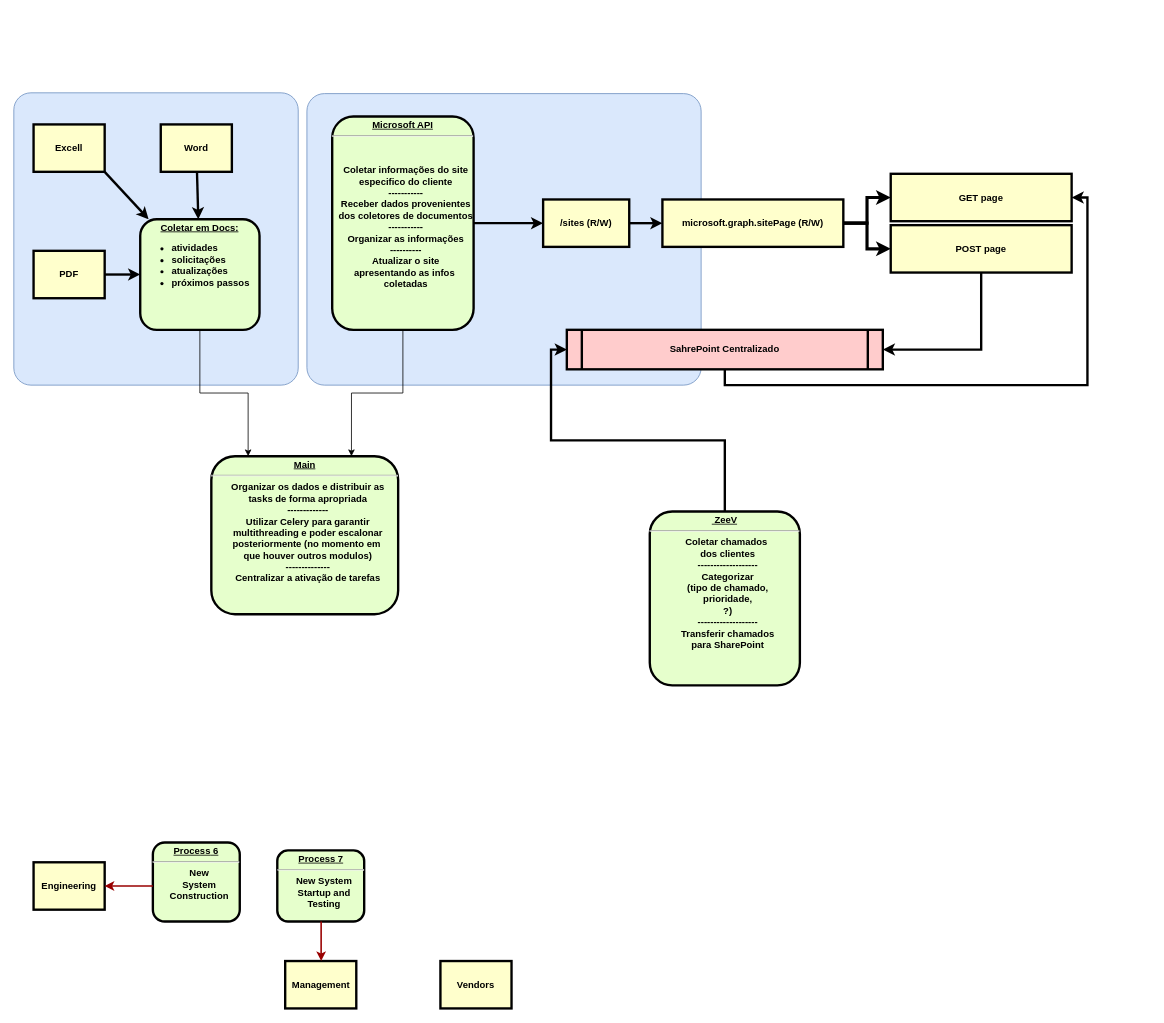
This is fluxograma.drawio from efraim-lima/doc-analysis, a draw.io file, before an edit. Source tidied: cells renumbered, new cells numbered last; positions are measured from the earlier drawing's top-left corner, leaving out a move shared by most shapes. Both pictures are drawn from the tidied source at 79%, with x=0, y=0 at pixel (13, 92).
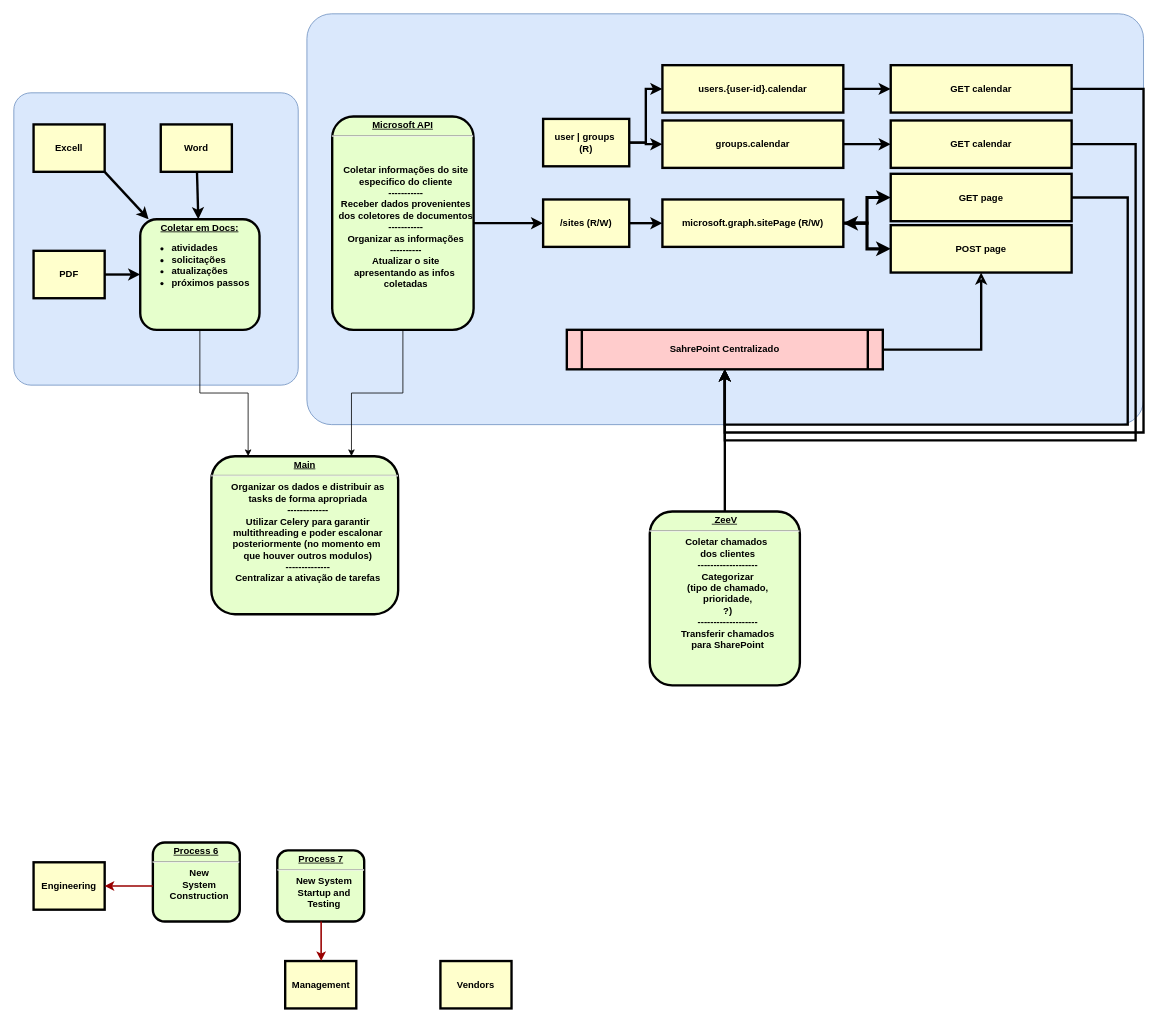
After the change.

The change refers to these unchanged cells:
```xml
<mxCell id="8" value="SahrePoint Centralizado" style="shape=process;whiteSpace=wrap;align=center;verticalAlign=middle;size=0.0475;fontStyle=1;strokeWidth=3;fillColor=#FFCCCC;" parent="1" vertex="1">
  <mxGeometry x="700" y="300" width="400" height="50" as="geometry" />
</mxCell>
<mxCell id="14" value="&lt;p style=&quot;margin: 0px; margin-top: 4px; text-align: center; text-decoration: underline;&quot;&gt;&lt;strong&gt;&amp;nbsp;ZeeV&lt;/strong&gt;&lt;/p&gt;&lt;hr&gt;&lt;p style=&quot;margin: 0px; margin-left: 8px;&quot;&gt;Coletar chamados&amp;nbsp;&lt;br&gt;dos clientes&lt;br&gt;-------------------&lt;br&gt;Categorizar&lt;br&gt;(tipo de chamado,&lt;br&gt;prioridade,&lt;br&gt;?)&lt;br&gt;-------------------&lt;br&gt;Transferir chamados &lt;br&gt;para SharePoint&lt;/p&gt;" style="verticalAlign=middle;align=center;overflow=fill;fontSize=12;fontFamily=Helvetica;html=1;rounded=1;fontStyle=1;strokeWidth=3;fillColor=#E6FFCC;" parent="1" vertex="1">
  <mxGeometry x="805" y="530" width="190" height="220" as="geometry" />
</mxCell>
<mxCell id="30" value="microsoft.graph.sitePage (R/W)" style="whiteSpace=wrap;align=center;verticalAlign=middle;fontStyle=1;strokeWidth=3;fillColor=#FFFFCC;" parent="1" vertex="1">
  <mxGeometry x="821" y="135" width="229" height="60" as="geometry" />
</mxCell>
<mxCell id="31" value="GET page" style="whiteSpace=wrap;align=center;verticalAlign=middle;fontStyle=1;strokeWidth=3;fillColor=#FFFFCC;" parent="1" vertex="1">
  <mxGeometry x="1110" y="102.5" width="229" height="60" as="geometry" />
</mxCell>
<mxCell id="33" value="POST page" style="whiteSpace=wrap;align=center;verticalAlign=middle;fontStyle=1;strokeWidth=3;fillColor=#FFFFCC;" parent="1" vertex="1">
  <mxGeometry x="1110" y="167.5" width="229" height="60" as="geometry" />
</mxCell>
```

The edit, as a diff of the source:
```diff
@@
     <mxCell id="2" style="rounded=1;whiteSpace=wrap;html=1;arcSize=6;fillColor=#dae8fc;strokeColor=#6c8ebf;" parent="1" vertex="1">
-      <mxGeometry x="371" y="1" width="499" height="369" as="geometry" />
+      <mxGeometry x="371" y="-100" width="1059" height="520" as="geometry" />
     </mxCell>
@@
-    <mxCell id="7" style="edgeStyle=orthogonalEdgeStyle;rounded=0;jettySize=auto;html=1;exitX=0.5;exitY=1;exitDx=0;exitDy=0;entryX=1;entryY=0.5;entryDx=0;entryDy=0;strokeWidth=3;" parent="1" edge="1" source="8" target="31">
-      <mxGeometry relative="1" as="geometry" />
+    <mxCell id="7" style="edgeStyle=orthogonalEdgeStyle;rounded=0;jettySize=auto;html=1;exitX=0.5;exitY=1;exitDx=0;exitDy=0;entryX=1;entryY=0.5;entryDx=0;entryDy=0;strokeWidth=3;endArrow=none;startFill=1;startArrow=classic;" parent="1" edge="1" source="8" target="31">
+      <mxGeometry relative="1" as="geometry">
+        <Array as="points">
+          <mxPoint x="900" y="420" />
+          <mxPoint x="1410" y="420" />
+          <mxPoint x="1410" y="133" />
+        </Array>
+      </mxGeometry>
     </mxCell>
@@
-    <mxCell id="13" style="edgeStyle=orthogonalEdgeStyle;rounded=0;jettySize=auto;html=1;strokeWidth=3;entryX=0;entryY=0.5;entryDx=0;entryDy=0;" parent="1" edge="1" source="14" target="8">
+    <mxCell id="13" style="edgeStyle=orthogonalEdgeStyle;rounded=0;jettySize=auto;html=1;entryX=0.5;entryY=1;entryDx=0;entryDy=0;strokeWidth=3;" parent="1" edge="1" source="14" target="8">
       <mxGeometry relative="1" as="geometry" />
     </mxCell>
@@
-    <mxCell id="28" style="edgeStyle=orthogonalEdgeStyle;rounded=0;jettySize=auto;html=1;strokeWidth=4;" parent="1" edge="1" source="30" target="33">
+    <mxCell id="28" style="edgeStyle=orthogonalEdgeStyle;rounded=0;jettySize=auto;html=1;strokeWidth=4;startArrow=classic;startFill=1;" parent="1" edge="1" source="30" target="33">
       <mxGeometry relative="1" as="geometry" />
     </mxCell>
@@
-    <mxCell id="32" style="edgeStyle=orthogonalEdgeStyle;rounded=0;jettySize=auto;html=1;exitX=0.5;exitY=1;exitDx=0;exitDy=0;entryX=1;entryY=0.5;entryDx=0;entryDy=0;strokeWidth=3;" parent="1" edge="1" source="33" target="8">
+    <mxCell id="32" style="edgeStyle=orthogonalEdgeStyle;rounded=0;jettySize=auto;html=1;exitX=0.5;exitY=1;exitDx=0;exitDy=0;entryX=1;entryY=0.5;entryDx=0;entryDy=0;strokeWidth=3;startArrow=classic;startFill=0;endArrow=none;" parent="1" edge="1" source="33" target="8">
       <mxGeometry relative="1" as="geometry" />
     </mxCell>
@@
+    <mxCell id="35" style="edgeStyle=orthogonalEdgeStyle;rounded=0;jettySize=auto;html=1;entryX=0;entryY=0.5;entryDx=0;entryDy=0;strokeWidth=3;" parent="1" edge="1" source="37" target="39">
+      <mxGeometry relative="1" as="geometry" />
+    </mxCell>
+    <mxCell id="36" style="edgeStyle=orthogonalEdgeStyle;rounded=0;jettySize=auto;html=1;strokeWidth=3;" parent="1" edge="1" source="37" target="43">
+      <mxGeometry relative="1" as="geometry" />
+    </mxCell>
+    <mxCell id="37" value="user | groups &#10;(R)" style="whiteSpace=wrap;align=center;verticalAlign=middle;fontStyle=1;strokeWidth=3;fillColor=#FFFFCC;" parent="1" vertex="1">
+      <mxGeometry x="670" y="33" width="109" height="60" as="geometry" />
+    </mxCell>
+    <mxCell id="38" style="edgeStyle=orthogonalEdgeStyle;rounded=0;jettySize=auto;html=1;strokeWidth=3;" parent="1" edge="1" source="39" target="41">
+      <mxGeometry relative="1" as="geometry" />
+    </mxCell>
+    <mxCell id="39" value="users.{user-id}.calendar" style="whiteSpace=wrap;align=center;verticalAlign=middle;fontStyle=1;strokeWidth=3;fillColor=#FFFFCC;" parent="1" vertex="1">
+      <mxGeometry x="821" y="-35" width="229" height="60" as="geometry" />
+    </mxCell>
+    <mxCell id="40" style="edgeStyle=orthogonalEdgeStyle;rounded=0;jettySize=auto;html=1;exitX=1;exitY=0.5;exitDx=0;exitDy=0;strokeWidth=3;entryX=0.5;entryY=1;entryDx=0;entryDy=0;" parent="1" edge="1" source="41" target="8">
+      <mxGeometry relative="1" as="geometry">
+        <Array as="points">
+          <mxPoint x="1430" y="-5" />
+          <mxPoint x="1430" y="430" />
+          <mxPoint x="900" y="430" />
+        </Array>
+      </mxGeometry>
+    </mxCell>
+    <mxCell id="41" value="GET calendar" style="whiteSpace=wrap;align=center;verticalAlign=middle;fontStyle=1;strokeWidth=3;fillColor=#FFFFCC;" parent="1" vertex="1">
+      <mxGeometry x="1110" y="-35" width="229" height="60" as="geometry" />
+    </mxCell>
+    <mxCell id="42" style="edgeStyle=orthogonalEdgeStyle;rounded=0;jettySize=auto;html=1;strokeWidth=3;" parent="1" edge="1" source="43" target="45">
+      <mxGeometry relative="1" as="geometry" />
+    </mxCell>
+    <mxCell id="43" value="groups.calendar" style="whiteSpace=wrap;align=center;verticalAlign=middle;fontStyle=1;strokeWidth=3;fillColor=#FFFFCC;" parent="1" vertex="1">
+      <mxGeometry x="821" y="35" width="229" height="60" as="geometry" />
+    </mxCell>
+    <mxCell id="44" style="edgeStyle=orthogonalEdgeStyle;rounded=0;jettySize=auto;html=1;exitX=1;exitY=0.5;exitDx=0;exitDy=0;strokeWidth=3;entryX=0.5;entryY=1;entryDx=0;entryDy=0;" parent="1" edge="1" source="45" target="8">
+      <mxGeometry relative="1" as="geometry">
+        <Array as="points">
+          <mxPoint x="1420" y="65" />
+          <mxPoint x="1420" y="440" />
+          <mxPoint x="900" y="440" />
+        </Array>
+      </mxGeometry>
+    </mxCell>
+    <mxCell id="45" value="GET calendar" style="whiteSpace=wrap;align=center;verticalAlign=middle;fontStyle=1;strokeWidth=3;fillColor=#FFFFCC;" parent="1" vertex="1">
+      <mxGeometry x="1110" y="35" width="229" height="60" as="geometry" />
+    </mxCell>
```
